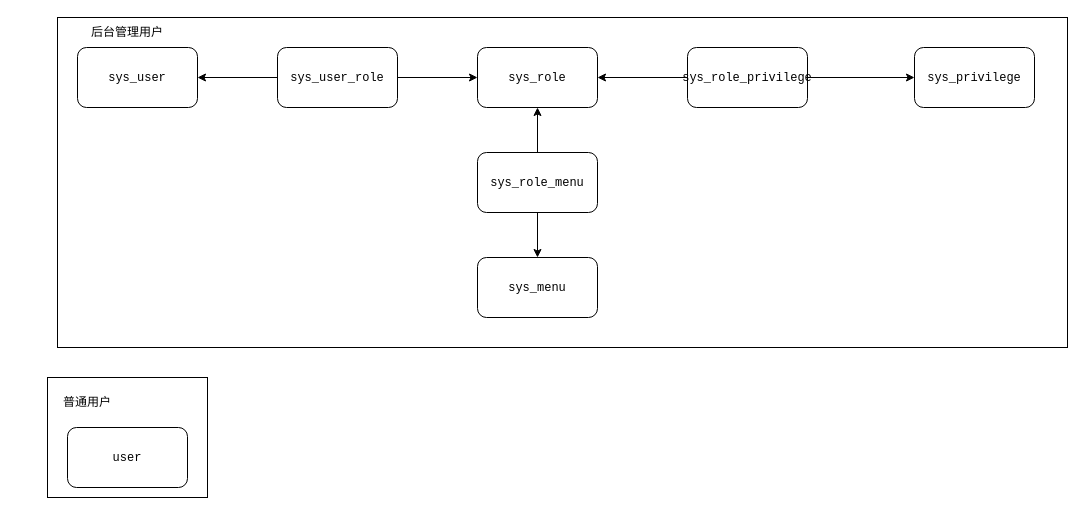
Above: coin-exchange/用户相关表关系.drawio in Chaimek/LearnPictures (draw.io), before the change. Source tidied: cells renumbered, new cells numbered last; positions are measured from the earlier drawing's top-left corner, leaving out a move shared by most shapes. Both pictures are drawn from the tidied source at 100%, with x=0, y=0 at pixel (17, 17).
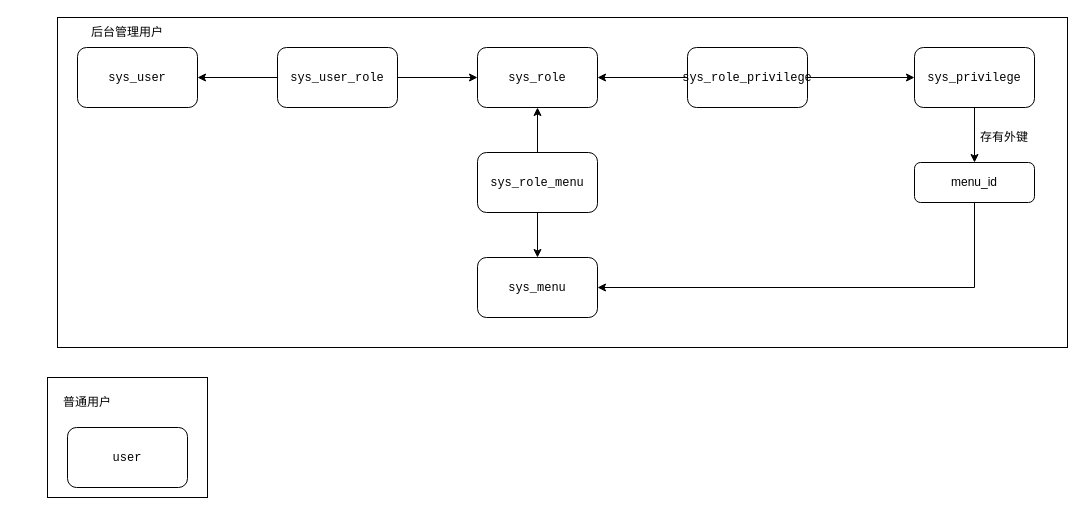
The same page after the edit.

Commit message:
更新用户相关表关系.drawio

Unchanged cells that the change refers to:
```xml
<mxCell id="12" value="&lt;p class=&quot;MsoNormal&quot;&gt;&lt;font face=&quot;Consolas&quot;&gt;sys_privilege&lt;/font&gt;&lt;/p&gt;" style="rounded=1;whiteSpace=wrap;html=1;" parent="1" vertex="1">
  <mxGeometry x="897" y="30" width="120" height="60" as="geometry" />
</mxCell>
<mxCell id="19" value="&lt;p class=&quot;MsoNormal&quot;&gt;&lt;font face=&quot;Consolas&quot;&gt;sys_menu&lt;/font&gt;&lt;br&gt;&lt;/p&gt;" style="rounded=1;whiteSpace=wrap;html=1;" parent="1" vertex="1">
  <mxGeometry x="460" y="240" width="120" height="60" as="geometry" />
</mxCell>
```

Diff of the diagram source:
```diff
@@
+    <mxCell id="20" style="edgeStyle=orthogonalEdgeStyle;rounded=0;jettySize=auto;html=1;exitX=0.5;exitY=1;exitDx=0;exitDy=0;entryX=0.5;entryY=0;entryDx=0;entryDy=0;" parent="1" edge="1" source="12" target="22">
+      <mxGeometry relative="1" as="geometry" />
+    </mxCell>
@@
+    <mxCell id="21" style="edgeStyle=orthogonalEdgeStyle;rounded=0;jettySize=auto;html=1;exitX=0.5;exitY=1;exitDx=0;exitDy=0;entryX=1;entryY=0.5;entryDx=0;entryDy=0;" parent="1" edge="1" source="22" target="19">
+      <mxGeometry relative="1" as="geometry" />
+    </mxCell>
+    <mxCell id="22" value="menu_id" style="rounded=1;whiteSpace=wrap;html=1;" parent="1" vertex="1">
+      <mxGeometry x="897" y="145" width="120" height="40" as="geometry" />
+    </mxCell>
+    <mxCell id="23" value="存有外键" style="text;html=1;strokeColor=none;fillColor=none;align=center;verticalAlign=middle;whiteSpace=wrap;rounded=0;" parent="1" vertex="1">
+      <mxGeometry x="957" y="105" width="60" height="30" as="geometry" />
+    </mxCell>
```
